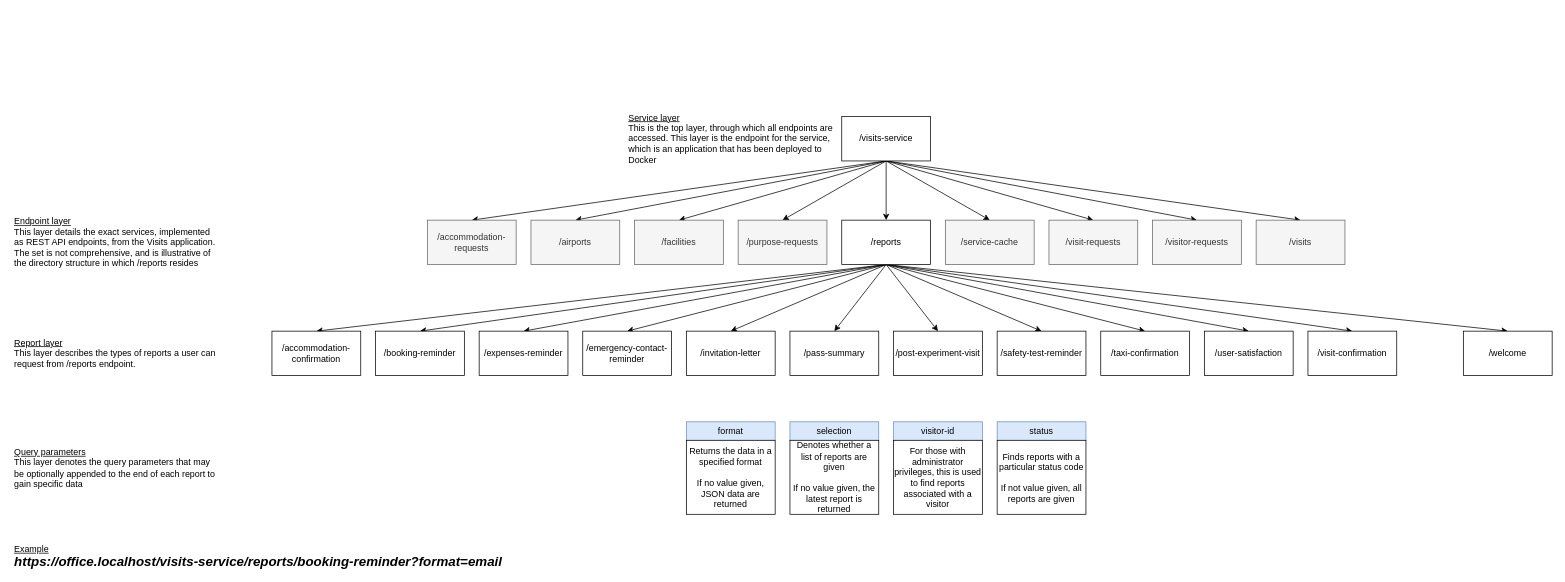
Above: Service URL hierarchy.drawio in ambolt314/FinalProjectDesign (draw.io), before the change. Source tidied: cells renumbered, new cells numbered last; positions are measured from the earlier drawing's top-left corner, leaving out a move shared by most shapes. Both pictures are drawn from the tidied source at 74%, with x=0, y=0 at pixel (13, 116).
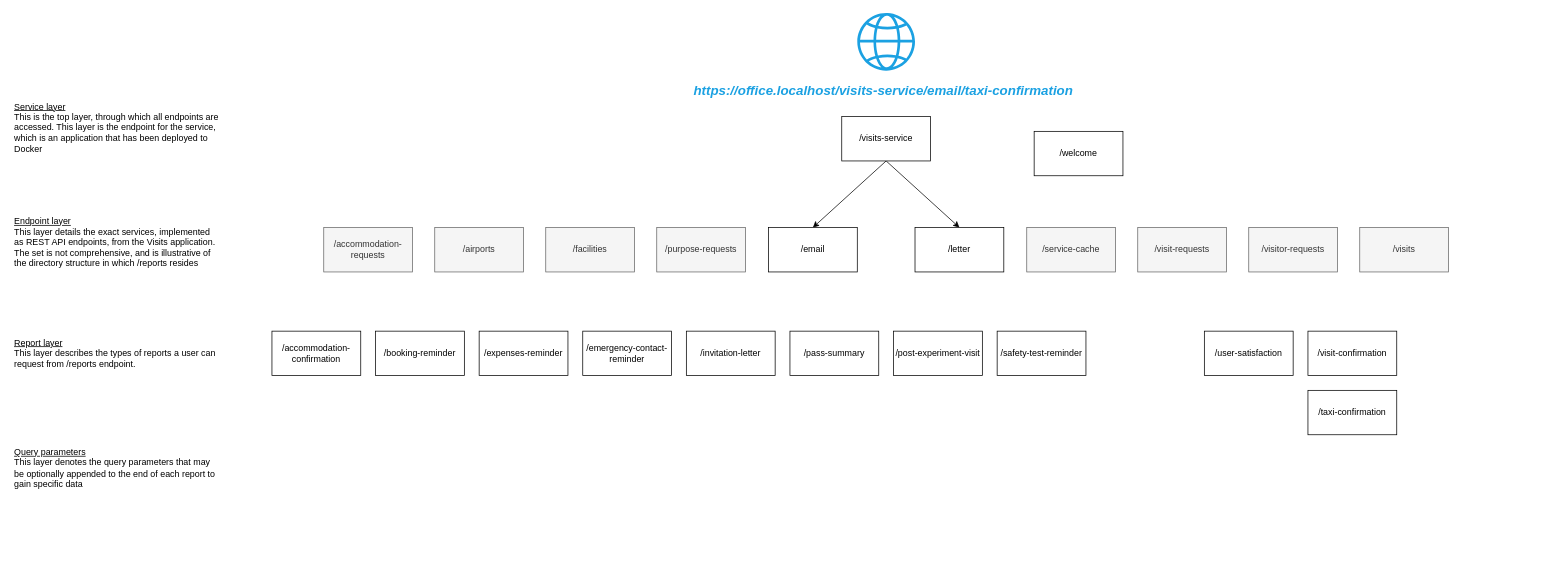
Above is the later version.

Commit message:
Modified architecture with two endpoints

Unchanged cells that the change refers to:
```xml
<mxCell id="11" value="/visits-service" style="rounded=0;whiteSpace=wrap;html=1;" parent="1" vertex="1">
  <mxGeometry x="1120" width="120" height="60" as="geometry" />
</mxCell>
<mxCell id="26" value="/visit-confirmation" style="rounded=0;whiteSpace=wrap;html=1;" parent="1" vertex="1">
  <mxGeometry x="1750" y="290" width="120" height="60" as="geometry" />
</mxCell>
<mxCell id="35" value="/booking-reminder" style="rounded=0;whiteSpace=wrap;html=1;" parent="1" vertex="1">
  <mxGeometry x="490" y="290" width="120" height="60" as="geometry" />
</mxCell>
<mxCell id="38" value="/accommodation-confirmation" style="rounded=0;whiteSpace=wrap;html=1;" parent="1" vertex="1">
  <mxGeometry x="350" y="290" width="120" height="60" as="geometry" />
</mxCell>
<mxCell id="54" value="/expenses-reminder" style="rounded=0;whiteSpace=wrap;html=1;" parent="1" vertex="1">
  <mxGeometry x="630" y="290" width="120" height="60" as="geometry" />
</mxCell>
<mxCell id="55" value="/invitation-letter" style="rounded=0;whiteSpace=wrap;html=1;" parent="1" vertex="1">
  <mxGeometry x="910" y="290" width="120" height="60" as="geometry" />
</mxCell>
<mxCell id="56" value="/pass-summary" style="rounded=0;whiteSpace=wrap;html=1;" parent="1" vertex="1">
  <mxGeometry x="1050" y="290" width="120" height="60" as="geometry" />
</mxCell>
<mxCell id="57" value="/post-experiment-visit" style="rounded=0;whiteSpace=wrap;html=1;" parent="1" vertex="1">
  <mxGeometry x="1190" y="290" width="120" height="60" as="geometry" />
</mxCell>
<mxCell id="58" value="/safety-test-reminder" style="rounded=0;whiteSpace=wrap;html=1;" parent="1" vertex="1">
  <mxGeometry x="1330" y="290" width="120" height="60" as="geometry" />
</mxCell>
<mxCell id="59" value="/emergency-contact-reminder" style="rounded=0;whiteSpace=wrap;html=1;" parent="1" vertex="1">
  <mxGeometry x="770" y="290" width="120" height="60" as="geometry" />
</mxCell>
<mxCell id="60" value="/user-satisfaction" style="rounded=0;whiteSpace=wrap;html=1;" parent="1" vertex="1">
  <mxGeometry x="1610" y="290" width="120" height="60" as="geometry" />
</mxCell>
```

Diff of the diagram source:
```diff
@@
-    <mxCell id="2" style="rounded=0;jettySize=auto;html=1;entryX=0.5;entryY=0;entryDx=0;entryDy=0;exitX=0.5;exitY=1;exitDx=0;exitDy=0;" parent="1" edge="1" source="11" target="28">
-      <mxGeometry relative="1" as="geometry" />
-    </mxCell>
-    <mxCell id="3" style="rounded=0;jettySize=auto;html=1;exitX=0.5;exitY=1;exitDx=0;exitDy=0;entryX=0.5;entryY=0;entryDx=0;entryDy=0;" parent="1" edge="1" source="11" target="12">
-      <mxGeometry relative="1" as="geometry" />
-    </mxCell>
-    <mxCell id="4" style="edgeStyle=none;rounded=0;jettySize=auto;html=1;entryX=0.5;entryY=0;entryDx=0;entryDy=0;exitX=0.5;exitY=1;exitDx=0;exitDy=0;" parent="1" edge="1" source="11" target="29">
-      <mxGeometry relative="1" as="geometry" />
-    </mxCell>
-    <mxCell id="5" style="edgeStyle=none;rounded=0;jettySize=auto;html=1;entryX=0.5;entryY=0;entryDx=0;entryDy=0;exitX=0.5;exitY=1;exitDx=0;exitDy=0;" parent="1" edge="1" source="11" target="30">
-      <mxGeometry relative="1" as="geometry" />
-    </mxCell>
-    <mxCell id="6" style="edgeStyle=none;rounded=0;jettySize=auto;html=1;entryX=0.5;entryY=0;entryDx=0;entryDy=0;" parent="1" edge="1" source="11" target="25">
+    <mxCell id="6" style="edgeStyle=none;rounded=0;jettySize=auto;html=1;entryX=0.5;entryY=0;entryDx=0;entryDy=0;exitX=0.5;exitY=1;exitDx=0;exitDy=0;" parent="1" edge="1" source="11" target="25">
       <mxGeometry relative="1" as="geometry" />
     </mxCell>
-    <mxCell id="7" style="edgeStyle=none;rounded=0;jettySize=auto;html=1;entryX=0.5;entryY=0;entryDx=0;entryDy=0;exitX=0.5;exitY=1;exitDx=0;exitDy=0;" parent="1" edge="1" source="11" target="31">
-      <mxGeometry relative="1" as="geometry" />
-    </mxCell>
-    <mxCell id="8" style="edgeStyle=none;rounded=0;jettySize=auto;html=1;entryX=0.5;entryY=0;entryDx=0;entryDy=0;exitX=0.5;exitY=1;exitDx=0;exitDy=0;" parent="1" edge="1" source="11" target="27">
-      <mxGeometry relative="1" as="geometry" />
-    </mxCell>
-    <mxCell id="9" style="edgeStyle=none;rounded=0;jettySize=auto;html=1;entryX=0.5;entryY=0;entryDx=0;entryDy=0;exitX=0.5;exitY=1;exitDx=0;exitDy=0;" parent="1" edge="1" source="11" target="32">
-      <mxGeometry relative="1" as="geometry" />
-    </mxCell>
-    <mxCell id="10" style="edgeStyle=none;rounded=0;jettySize=auto;html=1;entryX=0.5;entryY=0;entryDx=0;entryDy=0;exitX=0.5;exitY=1;exitDx=0;exitDy=0;" parent="1" edge="1" source="11" target="33">
-      <mxGeometry relative="1" as="geometry" />
-    </mxCell>
+    <mxCell id="62" style="edgeStyle=none;rounded=0;jettySize=auto;html=1;entryX=0.5;entryY=0;entryDx=0;entryDy=0;exitX=0.5;exitY=1;exitDx=0;exitDy=0;" parent="1" edge="1" source="11" target="64">
+      <mxGeometry relative="1" as="geometry" />
+    </mxCell>
@@
     <mxCell id="12" value="/airports" style="rounded=0;whiteSpace=wrap;html=1;fillColor=#f5f5f5;fontColor=#333333;strokeColor=#666666;" parent="1" vertex="1">
-      <mxGeometry x="700" y="140" width="120" height="60" as="geometry" />
+      <mxGeometry x="570" y="150" width="120" height="60" as="geometry" />
     </mxCell>
-    <mxCell id="13" style="edgeStyle=none;rounded=0;jettySize=auto;html=1;entryX=0.5;entryY=0;entryDx=0;entryDy=0;exitX=0.5;exitY=1;exitDx=0;exitDy=0;" parent="1" edge="1" source="25" target="38">
-      <mxGeometry relative="1" as="geometry" />
-    </mxCell>
-    <mxCell id="14" style="edgeStyle=none;rounded=0;jettySize=auto;html=1;entryX=0.5;entryY=0;entryDx=0;entryDy=0;exitX=0.5;exitY=1;exitDx=0;exitDy=0;" parent="1" edge="1" source="25" target="35">
-      <mxGeometry relative="1" as="geometry" />
-    </mxCell>
-    <mxCell id="15" style="edgeStyle=none;rounded=0;jettySize=auto;html=1;entryX=0.5;entryY=0;entryDx=0;entryDy=0;exitX=0.5;exitY=1;exitDx=0;exitDy=0;" parent="1" edge="1" source="25" target="34">
-      <mxGeometry relative="1" as="geometry" />
-    </mxCell>
-    <mxCell id="16" style="edgeStyle=none;rounded=0;jettySize=auto;html=1;entryX=0.5;entryY=0;entryDx=0;entryDy=0;exitX=0.5;exitY=1;exitDx=0;exitDy=0;" parent="1" edge="1" source="25" target="26">
-      <mxGeometry relative="1" as="geometry" />
-    </mxCell>
-    <mxCell id="17" style="rounded=0;jettySize=auto;html=1;entryX=0.5;entryY=0;entryDx=0;entryDy=0;" parent="1" edge="1" target="54">
-      <mxGeometry relative="1" as="geometry">
-        <mxPoint x="1180" y="200" as="sourcePoint" />
-      </mxGeometry>
-    </mxCell>
-    <mxCell id="18" style="rounded=0;jettySize=auto;html=1;entryX=0.5;entryY=0;entryDx=0;entryDy=0;exitX=0.5;exitY=1;exitDx=0;exitDy=0;" parent="1" edge="1" source="25" target="55">
-      <mxGeometry relative="1" as="geometry" />
-    </mxCell>
-    <mxCell id="19" style="edgeStyle=none;rounded=0;jettySize=auto;html=1;entryX=0.5;entryY=0;entryDx=0;entryDy=0;exitX=0.5;exitY=1;exitDx=0;exitDy=0;" parent="1" edge="1" source="25" target="59">
-      <mxGeometry relative="1" as="geometry" />
-    </mxCell>
-    <mxCell id="20" style="edgeStyle=none;rounded=0;jettySize=auto;html=1;entryX=0.5;entryY=0;entryDx=0;entryDy=0;exitX=0.5;exitY=1;exitDx=0;exitDy=0;" parent="1" edge="1" source="25" target="56">
-      <mxGeometry relative="1" as="geometry" />
-    </mxCell>
-    <mxCell id="21" style="edgeStyle=none;rounded=0;jettySize=auto;html=1;entryX=0.5;entryY=0;entryDx=0;entryDy=0;exitX=0.5;exitY=1;exitDx=0;exitDy=0;" parent="1" edge="1" source="25" target="57">
-      <mxGeometry relative="1" as="geometry" />
-    </mxCell>
-    <mxCell id="22" style="edgeStyle=none;rounded=0;jettySize=auto;html=1;entryX=0.5;entryY=0;entryDx=0;entryDy=0;exitX=0.5;exitY=1;exitDx=0;exitDy=0;" parent="1" edge="1" source="25" target="58">
-      <mxGeometry relative="1" as="geometry" />
-    </mxCell>
-    <mxCell id="23" style="edgeStyle=none;rounded=0;jettySize=auto;html=1;entryX=0.5;entryY=0;entryDx=0;entryDy=0;exitX=0.5;exitY=1;exitDx=0;exitDy=0;" parent="1" edge="1" source="25" target="60">
-      <mxGeometry relative="1" as="geometry" />
-    </mxCell>
-    <mxCell id="24" style="edgeStyle=none;rounded=0;jettySize=auto;html=1;entryX=0.5;entryY=0;entryDx=0;entryDy=0;exitX=0.5;exitY=1;exitDx=0;exitDy=0;" parent="1" edge="1" source="25" target="61">
-      <mxGeometry relative="1" as="geometry" />
-    </mxCell>
-    <mxCell id="25" value="/reports" style="rounded=0;whiteSpace=wrap;html=1;" parent="1" vertex="1">
-      <mxGeometry x="1120" y="140" width="120" height="60" as="geometry" />
+    <mxCell id="25" value="/email" style="rounded=0;whiteSpace=wrap;html=1;" parent="1" vertex="1">
+      <mxGeometry x="1021" y="150" width="120" height="60" as="geometry" />
     </mxCell>
@@
     <mxCell id="27" value="/visit-requests" style="rounded=0;whiteSpace=wrap;html=1;fillColor=#f5f5f5;fontColor=#333333;strokeColor=#666666;" parent="1" vertex="1">
-      <mxGeometry x="1400" y="140" width="120" height="60" as="geometry" />
+      <mxGeometry x="1520" y="150" width="120" height="60" as="geometry" />
     </mxCell>
     <mxCell id="28" value="/accommodation-requests" style="rounded=0;whiteSpace=wrap;html=1;fillColor=#f5f5f5;fontColor=#333333;strokeColor=#666666;" parent="1" vertex="1">
-      <mxGeometry x="560" y="140" width="120" height="60" as="geometry" />
+      <mxGeometry x="420" y="150" width="120" height="60" as="geometry" />
     </mxCell>
     <mxCell id="29" value="/facilities" style="rounded=0;whiteSpace=wrap;html=1;fillColor=#f5f5f5;fontColor=#333333;strokeColor=#666666;" parent="1" vertex="1">
-      <mxGeometry x="840" y="140" width="120" height="60" as="geometry" />
+      <mxGeometry x="720" y="150" width="120" height="60" as="geometry" />
     </mxCell>
     <mxCell id="30" value="/purpose-requests" style="rounded=0;whiteSpace=wrap;html=1;fillColor=#f5f5f5;fontColor=#333333;strokeColor=#666666;" parent="1" vertex="1">
-      <mxGeometry x="980" y="140" width="120" height="60" as="geometry" />
+      <mxGeometry x="870" y="150" width="120" height="60" as="geometry" />
     </mxCell>
     <mxCell id="31" value="/service-cache" style="rounded=0;whiteSpace=wrap;html=1;fillColor=#f5f5f5;fontColor=#333333;strokeColor=#666666;" parent="1" vertex="1">
-      <mxGeometry x="1260" y="140" width="120" height="60" as="geometry" />
+      <mxGeometry x="1370" y="150" width="120" height="60" as="geometry" />
     </mxCell>
     <mxCell id="32" value="/visitor-requests" style="rounded=0;whiteSpace=wrap;html=1;fillColor=#f5f5f5;fontColor=#333333;strokeColor=#666666;" parent="1" vertex="1">
-      <mxGeometry x="1540" y="140" width="120" height="60" as="geometry" />
+      <mxGeometry x="1670" y="150" width="120" height="60" as="geometry" />
     </mxCell>
     <mxCell id="33" value="/visits" style="rounded=0;whiteSpace=wrap;html=1;fillColor=#f5f5f5;fontColor=#333333;strokeColor=#666666;" parent="1" vertex="1">
-      <mxGeometry x="1680" y="140" width="120" height="60" as="geometry" />
+      <mxGeometry x="1820" y="150" width="120" height="60" as="geometry" />
     </mxCell>
     <mxCell id="34" value="/taxi-confirmation" style="rounded=0;whiteSpace=wrap;html=1;" parent="1" vertex="1">
-      <mxGeometry x="1470" y="290" width="120" height="60" as="geometry" />
+      <mxGeometry x="1750" y="370" width="120" height="60" as="geometry" />
     </mxCell>
@@
     <mxCell id="36" value="&lt;div align=&quot;left&quot;&gt;&lt;u&gt;Service layer&lt;/u&gt;&lt;/div&gt;&lt;div align=&quot;left&quot;&gt;This is the top layer, through which all endpoints are accessed. This layer is the endpoint for the service, which is an application that has been deployed to Docker&lt;br&gt;&lt;/div&gt;" style="text;html=1;align=left;verticalAlign=middle;whiteSpace=wrap;rounded=0;" parent="1" vertex="1">
-      <mxGeometry x="830" y="15" width="280" height="30" as="geometry" />
+      <mxGeometry width="280" height="30" as="geometry" />
     </mxCell>
@@
-    <mxCell id="41" style="group;" parent="1" vertex="1">
-      <mxGeometry x="910" y="412.5" width="120" height="125" as="geometry" />
-    </mxCell>
-    <mxCell id="42" value="format" style="rounded=0;whiteSpace=wrap;html=1;fillColor=#dae8fc;strokeColor=#6c8ebf;" parent="41" vertex="1">
-      <mxGeometry width="120" height="25" as="geometry" />
-    </mxCell>
-    <mxCell id="43" value="&lt;div&gt;Returns the data in a specified format&lt;/div&gt;&lt;div&gt;&lt;br&gt;&lt;/div&gt;&lt;div&gt;If no value given, JSON data are returned&lt;br&gt;&lt;/div&gt;" style="rounded=0;whiteSpace=wrap;html=1;" parent="41" vertex="1">
-      <mxGeometry y="25" width="120" height="100" as="geometry" />
-    </mxCell>
-    <mxCell id="44" style="group;" parent="1" vertex="1">
-      <mxGeometry x="1050" y="412.5" width="120" height="125" as="geometry" />
-    </mxCell>
-    <mxCell id="45" value="selection" style="rounded=0;whiteSpace=wrap;html=1;fillColor=#dae8fc;strokeColor=#6c8ebf;" parent="44" vertex="1">
-      <mxGeometry width="120" height="25" as="geometry" />
-    </mxCell>
-    <mxCell id="46" value="&lt;div&gt;Denotes whether a list of reports are given&lt;/div&gt;&lt;div&gt;&lt;br&gt;&lt;/div&gt;&lt;div&gt;If no value given, the latest report is returned&lt;br&gt;&lt;/div&gt;" style="rounded=0;whiteSpace=wrap;html=1;" parent="44" vertex="1">
-      <mxGeometry y="25" width="120" height="100" as="geometry" />
-    </mxCell>
-    <mxCell id="47" style="group;" parent="1" vertex="1">
-      <mxGeometry x="1190" y="412.5" width="120" height="125" as="geometry" />
-    </mxCell>
-    <mxCell id="48" value="visitor-id" style="rounded=0;whiteSpace=wrap;html=1;fillColor=#dae8fc;strokeColor=#6c8ebf;" parent="47" vertex="1">
-      <mxGeometry width="120" height="25" as="geometry" />
-    </mxCell>
-    <mxCell id="49" value="For those with administrator privileges, this is used to find reports associated with a visitor" style="rounded=0;whiteSpace=wrap;html=1;" parent="47" vertex="1">
-      <mxGeometry y="25" width="120" height="100" as="geometry" />
-    </mxCell>
-    <mxCell id="50" style="group;" parent="1" vertex="1">
-      <mxGeometry x="1330" y="412.5" width="120" height="125" as="geometry" />
-    </mxCell>
-    <mxCell id="51" value="status" style="rounded=0;whiteSpace=wrap;html=1;fillColor=#dae8fc;strokeColor=#6c8ebf;" parent="50" vertex="1">
-      <mxGeometry width="120" height="25" as="geometry" />
-    </mxCell>
-    <mxCell id="52" value="&lt;div&gt;Finds reports with a particular status code&lt;/div&gt;&lt;div&gt;&lt;br&gt;&lt;/div&gt;&lt;div&gt;If not value given, all reports are given&lt;br&gt;&lt;/div&gt;" style="rounded=0;whiteSpace=wrap;html=1;" parent="50" vertex="1">
-      <mxGeometry y="25" width="120" height="100" as="geometry" />
-    </mxCell>
-    <mxCell id="53" value="&lt;div align=&quot;left&quot;&gt;&lt;u&gt;Example&lt;/u&gt;&lt;/div&gt;&lt;div align=&quot;left&quot;&gt;&lt;i&gt;&lt;font style=&quot;font-size: 18px;&quot;&gt;&lt;b&gt;https://office.localhost/visits-service/reports/booking-reminder?format=email&lt;/b&gt;&lt;/font&gt;&lt;/i&gt;&lt;br&gt;&lt;/div&gt;" style="text;html=1;align=left;verticalAlign=middle;whiteSpace=wrap;rounded=0;" parent="1" vertex="1">
-      <mxGeometry y="580" width="750" height="30" as="geometry" />
+    <mxCell id="53" value="&lt;div align=&quot;left&quot;&gt;&lt;font color=&quot;#1ba1e2&quot;&gt;&lt;i&gt;&lt;font style=&quot;font-size: 18px;&quot;&gt;&lt;b&gt;https://office.localhost/visits-service/email/taxi-confirmation&lt;/b&gt;&lt;/font&gt;&lt;/i&gt;&lt;/font&gt;&lt;/div&gt;" style="text;html=1;align=left;verticalAlign=middle;whiteSpace=wrap;rounded=0;" parent="1" vertex="1">
+      <mxGeometry x="917.5" y="-50" width="525" height="30" as="geometry" />
     </mxCell>
@@
     <mxCell id="61" value="/welcome" style="rounded=0;whiteSpace=wrap;html=1;" parent="1" vertex="1">
-      <mxGeometry x="1960" y="290" width="120" height="60" as="geometry" />
+      <mxGeometry x="1380" y="20" width="120" height="60" as="geometry" />
     </mxCell>
+    <mxCell id="63" style="sketch=0;fillColor=#1BA1E2;strokeColor=#006EAF;dashed=0;verticalLabelPosition=bottom;verticalAlign=top;align=center;html=1;fontSize=12;fontStyle=0;shape=mxgraph.aws4.globe;fontColor=#ffffff;" parent="1" vertex="1">
+      <mxGeometry x="1141" y="-140" width="78" height="78" as="geometry" />
+    </mxCell>
+    <mxCell id="64" value="&lt;div&gt;/letter&lt;/div&gt;" style="rounded=0;whiteSpace=wrap;html=1;" parent="1" vertex="1">
+      <mxGeometry x="1219" y="150" width="120" height="60" as="geometry" />
+    </mxCell>
```
